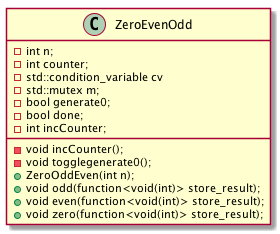
Before: ZeroEvenOdd.png, a diagram exported from PlantUML (ajithcnambiar/cpp-condition-variable).
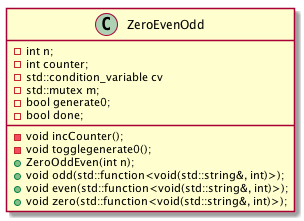
After the commit.

Commit message:
correct uml

Diff of the diagram source:
```diff
@@ -8,10 +8,9 @@
     -bool done;
     -void incCounter();
     -void togglegenerate0();
-    -int incCounter;
     +ZeroOddEven(int n);
-    +void odd(function<void(int)> store_result);
-    +void even(function<void(int)> store_result);
-    +void zero(function<void(int)> store_result);
+    +void odd(std::function<void(std::string&, int)>);
+    +void even(std::function<void(std::string&, int)>);
+    +void zero(std::function<void(std::string&, int)>);
 }
 @enduml
```
